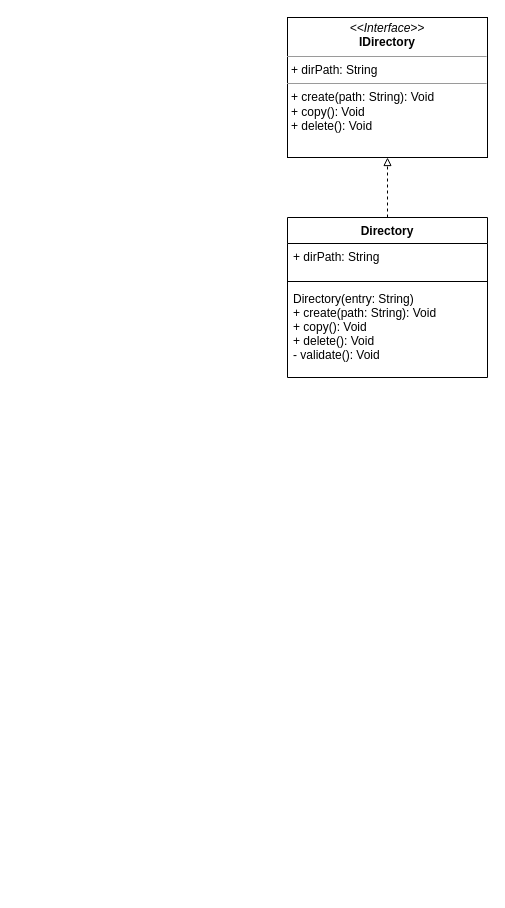
Before: .assets/Untitled.drawio in edo92/Bundless-Core, a draw.io diagram. Source tidied: cells renumbered, new cells numbered last; positions are measured from the earlier drawing's top-left corner, leaving out a move shared by most shapes. Both pictures are drawn from the tidied source at 100%, with x=0, y=0 at pixel (287, 17).
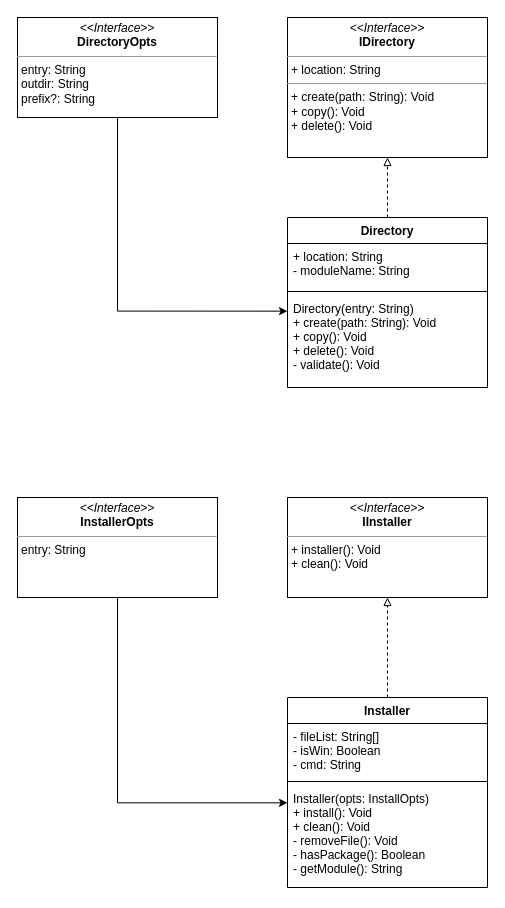
The same page after the edit.

What changed in the source:
```diff
@@
 <mxGraphModel>
   <root>
     <mxCell id="0" />
     <mxCell id="1" parent="0" />
-    <mxCell id="2" value="&lt;p style=&quot;margin: 0px ; margin-top: 4px ; text-align: center&quot;&gt;&lt;i&gt;&amp;lt;&amp;lt;Interface&amp;gt;&amp;gt;&lt;/i&gt;&lt;br&gt;&lt;b&gt;IDirectory&lt;/b&gt;&lt;/p&gt;&lt;hr size=&quot;1&quot;&gt;&lt;p style=&quot;margin: 0px ; margin-left: 4px&quot;&gt;+ dirPath: String&lt;/p&gt;&lt;hr size=&quot;1&quot;&gt;&lt;p style=&quot;margin: 0px 0px 0px 4px&quot;&gt;+ create(path: String): Void&lt;/p&gt;&lt;p style=&quot;margin: 0px 0px 0px 4px&quot;&gt;+ copy(): Void&lt;/p&gt;&lt;p style=&quot;margin: 0px 0px 0px 4px&quot;&gt;+ delete(): Void&lt;/p&gt;" style="verticalAlign=top;align=left;overflow=fill;fontSize=12;fontFamily=Helvetica;html=1;" parent="1" vertex="1">
+    <mxCell id="2" value="&lt;p style=&quot;margin: 0px ; margin-top: 4px ; text-align: center&quot;&gt;&lt;i&gt;&amp;lt;&amp;lt;Interface&amp;gt;&amp;gt;&lt;/i&gt;&lt;br&gt;&lt;b&gt;IDirectory&lt;/b&gt;&lt;/p&gt;&lt;hr size=&quot;1&quot;&gt;&lt;p style=&quot;margin: 0px ; margin-left: 4px&quot;&gt;+ location: String&lt;/p&gt;&lt;hr size=&quot;1&quot;&gt;&lt;p style=&quot;margin: 0px 0px 0px 4px&quot;&gt;+ create(path: String): Void&lt;/p&gt;&lt;p style=&quot;margin: 0px 0px 0px 4px&quot;&gt;+ copy(): Void&lt;/p&gt;&lt;p style=&quot;margin: 0px 0px 0px 4px&quot;&gt;+ delete(): Void&lt;/p&gt;" style="verticalAlign=top;align=left;overflow=fill;fontSize=12;fontFamily=Helvetica;html=1;" parent="1" vertex="1">
       <mxGeometry width="200" height="140" as="geometry" />
     </mxCell>
     <mxCell id="3" style="edgeStyle=orthogonalEdgeStyle;rounded=0;jettySize=auto;html=1;fontFamily=Comic Sans MS;endArrow=block;endFill=0;dashed=1;" parent="1" edge="1" source="4" target="2">
       <mxGeometry relative="1" as="geometry" />
     </mxCell>
     <mxCell id="4" value="Directory" style="swimlane;fontStyle=1;align=center;verticalAlign=top;horizontal=1;startSize=26;" parent="1" vertex="1">
-      <mxGeometry y="200" width="200" height="160" as="geometry" />
+      <mxGeometry y="200" width="200" height="170" as="geometry" />
     </mxCell>
-    <mxCell id="5" value="+ dirPath: String" style="text;strokeColor=none;fillColor=none;align=left;verticalAlign=top;spacingLeft=4;spacingRight=4;overflow=hidden;" parent="4" vertex="1">
-      <mxGeometry y="26" width="200" height="34" as="geometry" />
+    <mxCell id="5" value="+ location: String&#10;- moduleName: String" style="text;strokeColor=none;fillColor=none;align=left;verticalAlign=top;spacingLeft=4;spacingRight=4;overflow=hidden;" parent="4" vertex="1">
+      <mxGeometry y="26" width="200" height="44" as="geometry" />
     </mxCell>
     <mxCell id="6" style="line;strokeWidth=1;fillColor=none;align=left;verticalAlign=middle;spacingTop=-1;spacingLeft=3;spacingRight=3;labelPosition=right;" parent="4" vertex="1">
-      <mxGeometry y="60" width="200" height="8" as="geometry" />
+      <mxGeometry y="70" width="200" height="8" as="geometry" />
     </mxCell>
     <mxCell id="7" value="Directory(entry: String)&#10;+ create(path: String): Void&#10;+ copy(): Void&#10;+ delete(): Void&#10;- validate(): Void" style="text;strokeColor=none;fillColor=none;align=left;verticalAlign=top;spacingLeft=4;spacingRight=4;overflow=hidden;points=[[0,0.17,0,0,0]];portConstraint=eastwest;" parent="4" vertex="1">
-      <mxGeometry y="68" width="200" height="92" as="geometry" />
+      <mxGeometry y="78" width="200" height="92" as="geometry" />
     </mxCell>
+    <mxCell id="8" style="edgeStyle=orthogonalEdgeStyle;rounded=0;jettySize=auto;html=1;entryX=0;entryY=0.17;entryDx=0;entryDy=0;entryPerimeter=0;" parent="1" edge="1" source="9" target="7">
+      <mxGeometry relative="1" as="geometry" />
+    </mxCell>
+    <mxCell id="9" value="&lt;p style=&quot;margin: 0px ; margin-top: 4px ; text-align: center&quot;&gt;&lt;i&gt;&amp;lt;&amp;lt;Interface&amp;gt;&amp;gt;&lt;/i&gt;&lt;br&gt;&lt;b&gt;DirectoryOpts&lt;/b&gt;&lt;/p&gt;&lt;hr size=&quot;1&quot;&gt;&lt;p style=&quot;margin: 0px ; margin-left: 4px&quot;&gt;entry: String&lt;/p&gt;&lt;p style=&quot;margin: 0px ; margin-left: 4px&quot;&gt;outdir: String&lt;/p&gt;&lt;p style=&quot;margin: 0px ; margin-left: 4px&quot;&gt;prefix?: String&lt;/p&gt;&lt;p style=&quot;margin: 0px 0px 0px 4px&quot;&gt;&lt;br&gt;&lt;/p&gt;" style="verticalAlign=top;align=left;overflow=fill;fontSize=12;fontFamily=Helvetica;html=1;" parent="1" vertex="1">
+      <mxGeometry x="-270" width="200" height="100" as="geometry" />
+    </mxCell>
+    <mxCell id="10" value="&lt;p style=&quot;margin: 0px ; margin-top: 4px ; text-align: center&quot;&gt;&lt;i&gt;&amp;lt;&amp;lt;Interface&amp;gt;&amp;gt;&lt;/i&gt;&lt;br&gt;&lt;b&gt;IInstaller&lt;/b&gt;&lt;/p&gt;&lt;hr size=&quot;1&quot;&gt;&lt;p style=&quot;margin: 0px ; margin-left: 4px&quot;&gt;+ installer(): Void&lt;/p&gt;&lt;p style=&quot;margin: 0px ; margin-left: 4px&quot;&gt;+ clean(): Void&lt;/p&gt;&lt;p style=&quot;margin: 0px 0px 0px 4px&quot;&gt;&lt;br&gt;&lt;/p&gt;" style="verticalAlign=top;align=left;overflow=fill;fontSize=12;fontFamily=Helvetica;html=1;" parent="1" vertex="1">
+      <mxGeometry y="480" width="200" height="100" as="geometry" />
+    </mxCell>
+    <mxCell id="11" style="edgeStyle=orthogonalEdgeStyle;rounded=0;jettySize=auto;html=1;fontFamily=Comic Sans MS;endArrow=block;endFill=0;dashed=1;" parent="1" edge="1" source="12" target="10">
+      <mxGeometry relative="1" as="geometry" />
+    </mxCell>
+    <mxCell id="12" value="Installer" style="swimlane;fontStyle=1;align=center;verticalAlign=top;horizontal=1;startSize=26;" parent="1" vertex="1">
+      <mxGeometry y="680" width="200" height="190" as="geometry" />
+    </mxCell>
+    <mxCell id="13" value="- fileList: String[]&#10;- isWin: Boolean&#10;- cmd: String" style="text;strokeColor=none;fillColor=none;align=left;verticalAlign=top;spacingLeft=4;spacingRight=4;overflow=hidden;" parent="12" vertex="1">
+      <mxGeometry y="26" width="200" height="54" as="geometry" />
+    </mxCell>
+    <mxCell id="14" style="line;strokeWidth=1;fillColor=none;align=left;verticalAlign=middle;spacingTop=-1;spacingLeft=3;spacingRight=3;labelPosition=right;" parent="12" vertex="1">
+      <mxGeometry y="80" width="200" height="8" as="geometry" />
+    </mxCell>
+    <mxCell id="15" value="Installer(opts: InstallOpts)&#10;+ install(): Void&#10;+ clean(): Void&#10;- removeFile(): Void&#10;- hasPackage(): Boolean&#10;- getModule(): String" style="text;strokeColor=none;fillColor=none;align=left;verticalAlign=top;spacingLeft=4;spacingRight=4;overflow=hidden;points=[[0,0.17,0,0,0]];portConstraint=eastwest;" parent="12" vertex="1">
+      <mxGeometry y="88" width="200" height="102" as="geometry" />
+    </mxCell>
+    <mxCell id="16" style="edgeStyle=orthogonalEdgeStyle;rounded=0;jettySize=auto;html=1;entryX=0;entryY=0.17;entryDx=0;entryDy=0;entryPerimeter=0;" parent="1" edge="1" source="17" target="15">
+      <mxGeometry relative="1" as="geometry" />
+    </mxCell>
+    <mxCell id="17" value="&lt;p style=&quot;margin: 0px ; margin-top: 4px ; text-align: center&quot;&gt;&lt;i&gt;&amp;lt;&amp;lt;Interface&amp;gt;&amp;gt;&lt;/i&gt;&lt;br&gt;&lt;b&gt;InstallerOpts&lt;/b&gt;&lt;/p&gt;&lt;hr size=&quot;1&quot;&gt;&lt;p style=&quot;margin: 0px ; margin-left: 4px&quot;&gt;entry: String&lt;/p&gt;&lt;p style=&quot;margin: 0px ; margin-left: 4px&quot;&gt;&lt;br&gt;&lt;/p&gt;&lt;p style=&quot;margin: 0px 0px 0px 4px&quot;&gt;&lt;br&gt;&lt;/p&gt;" style="verticalAlign=top;align=left;overflow=fill;fontSize=12;fontFamily=Helvetica;html=1;" parent="1" vertex="1">
+      <mxGeometry x="-270" y="480" width="200" height="100" as="geometry" />
+    </mxCell>
   </root>
 </mxGraphModel>
```
